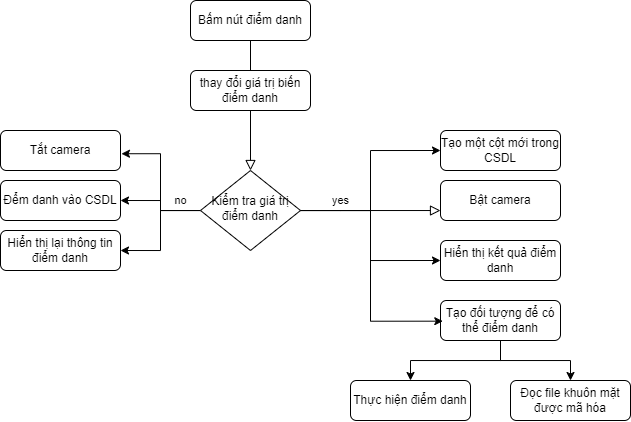
Dong0711/Face_attendance_app keeps this draw.io diagram as sơ đồ thực hiện chức năng điểm danh.png. Above is the earlier version. Source tidied: cells renumbered, new cells last; positions are measured from the earlier drawing's top-left corner, leaving out a move shared by most shapes. Its diagram source:
```xml
<mxGraphModel>
  <root>
    <mxCell id="0" />
    <mxCell id="1" parent="0" />
    <mxCell id="2" style="rounded=0;html=1;jettySize=auto;fontSize=11;endArrow=block;endFill=0;endSize=8;strokeWidth=1;shadow=0;labelBackgroundColor=none;edgeStyle=orthogonalEdgeStyle;" parent="1" edge="1" source="3" target="11">
      <mxGeometry relative="1" as="geometry" />
    </mxCell>
    <mxCell id="3" value="Bấm nút điểm danh" style="rounded=1;whiteSpace=wrap;html=1;fontSize=12;glass=0;strokeWidth=1;shadow=0;" parent="1" vertex="1">
      <mxGeometry x="190" width="120" height="40" as="geometry" />
    </mxCell>
    <mxCell id="4" value="yes" style="edgeStyle=orthogonalEdgeStyle;rounded=0;html=1;jettySize=auto;fontSize=11;endArrow=block;endFill=0;endSize=8;strokeWidth=1;shadow=0;labelBackgroundColor=none;" parent="1" edge="1" source="11" target="12">
      <mxGeometry x="-0.43" y="10" relative="1" as="geometry">
        <Array as="points">
          <mxPoint x="340" y="210" />
          <mxPoint x="340" y="210" />
        </Array>
      </mxGeometry>
    </mxCell>
    <mxCell id="5" style="edgeStyle=orthogonalEdgeStyle;rounded=0;jettySize=auto;html=1;entryX=0;entryY=0.5;entryDx=0;entryDy=0;" parent="1" edge="1" source="11" target="18">
      <mxGeometry relative="1" as="geometry" />
    </mxCell>
    <mxCell id="6" style="edgeStyle=orthogonalEdgeStyle;rounded=0;jettySize=auto;html=1;entryX=0;entryY=0.5;entryDx=0;entryDy=0;" parent="1" edge="1" source="11" target="14">
      <mxGeometry relative="1" as="geometry" />
    </mxCell>
    <mxCell id="7" style="edgeStyle=orthogonalEdgeStyle;rounded=0;jettySize=auto;html=1;entryX=1;entryY=0.5;entryDx=0;entryDy=0;" parent="1" edge="1" source="11" target="20">
      <mxGeometry relative="1" as="geometry" />
    </mxCell>
    <mxCell id="8" style="edgeStyle=orthogonalEdgeStyle;rounded=0;jettySize=auto;html=1;entryX=1;entryY=0.5;entryDx=0;entryDy=0;" parent="1" edge="1" source="11" target="21">
      <mxGeometry relative="1" as="geometry" />
    </mxCell>
    <mxCell id="9" style="edgeStyle=orthogonalEdgeStyle;rounded=0;jettySize=auto;html=1;entryX=1.008;entryY=0.581;entryDx=0;entryDy=0;entryPerimeter=0;" parent="1" edge="1" source="11" target="13">
      <mxGeometry relative="1" as="geometry" />
    </mxCell>
    <mxCell id="10" value="no" style="edgeLabel;html=1;align=center;verticalAlign=middle;" parent="9" vertex="1">
      <mxGeometry x="-0.71" y="-1" relative="1" as="geometry">
        <mxPoint y="-9" as="offset" />
      </mxGeometry>
    </mxCell>
    <mxCell id="11" value="Kiểm tra giá trị điểm danh" style="rhombus;whiteSpace=wrap;html=1;shadow=0;fontFamily=Helvetica;fontSize=12;align=center;strokeWidth=1;spacing=6;spacingTop=-4;" parent="1" vertex="1">
      <mxGeometry x="200" y="170" width="100" height="80" as="geometry" />
    </mxCell>
    <mxCell id="12" value="Bật camera" style="rounded=1;whiteSpace=wrap;html=1;fontSize=12;glass=0;strokeWidth=1;shadow=0;" parent="1" vertex="1">
      <mxGeometry x="440" y="180" width="120" height="40" as="geometry" />
    </mxCell>
    <mxCell id="13" value="Tắt camera" style="rounded=1;whiteSpace=wrap;html=1;fontSize=12;glass=0;strokeWidth=1;shadow=0;" parent="1" vertex="1">
      <mxGeometry y="130" width="120" height="40" as="geometry" />
    </mxCell>
    <mxCell id="14" value="Tạo một cột mới trong CSDL" style="rounded=1;whiteSpace=wrap;html=1;fontSize=12;glass=0;strokeWidth=1;shadow=0;" parent="1" vertex="1">
      <mxGeometry x="440" y="130" width="120" height="40" as="geometry" />
    </mxCell>
    <mxCell id="15" style="edgeStyle=orthogonalEdgeStyle;rounded=0;jettySize=auto;html=1;" parent="1" edge="1" source="17" target="22">
      <mxGeometry relative="1" as="geometry" />
    </mxCell>
    <mxCell id="16" style="edgeStyle=orthogonalEdgeStyle;rounded=0;jettySize=auto;html=1;entryX=0.5;entryY=0;entryDx=0;entryDy=0;" parent="1" edge="1" source="17" target="23">
      <mxGeometry relative="1" as="geometry" />
    </mxCell>
    <mxCell id="17" value="Tạo đối tượng để có thể điểm danh" style="rounded=1;whiteSpace=wrap;html=1;fontSize=12;glass=0;strokeWidth=1;shadow=0;" parent="1" vertex="1">
      <mxGeometry x="440" y="300" width="120" height="40" as="geometry" />
    </mxCell>
    <mxCell id="18" value="Hiển thị kết quả điểm danh" style="rounded=1;whiteSpace=wrap;html=1;fontSize=12;glass=0;strokeWidth=1;shadow=0;" parent="1" vertex="1">
      <mxGeometry x="440" y="240" width="120" height="40" as="geometry" />
    </mxCell>
    <mxCell id="19" style="edgeStyle=orthogonalEdgeStyle;rounded=0;jettySize=auto;html=1;entryX=0.019;entryY=0.517;entryDx=0;entryDy=0;entryPerimeter=0;" parent="1" edge="1" source="11" target="17">
      <mxGeometry relative="1" as="geometry">
        <Array as="points">
          <mxPoint x="370" y="210" />
          <mxPoint x="370" y="321" />
        </Array>
      </mxGeometry>
    </mxCell>
    <mxCell id="20" value="Đểm danh vào CSDL" style="rounded=1;whiteSpace=wrap;html=1;fontSize=12;glass=0;strokeWidth=1;shadow=0;" parent="1" vertex="1">
      <mxGeometry y="180" width="120" height="40" as="geometry" />
    </mxCell>
    <mxCell id="21" value="Hiển thị lại thông tin điểm danh" style="rounded=1;whiteSpace=wrap;html=1;fontSize=12;glass=0;strokeWidth=1;shadow=0;" parent="1" vertex="1">
      <mxGeometry y="230" width="120" height="40" as="geometry" />
    </mxCell>
    <mxCell id="22" value="Đọc file khuôn mặt được mã hóa" style="rounded=1;whiteSpace=wrap;html=1;fontSize=12;glass=0;strokeWidth=1;shadow=0;" parent="1" vertex="1">
      <mxGeometry x="510" y="380" width="120" height="40" as="geometry" />
    </mxCell>
    <mxCell id="23" value="Thực hiện điểm danh" style="rounded=1;whiteSpace=wrap;html=1;fontSize=12;glass=0;strokeWidth=1;shadow=0;" parent="1" vertex="1">
      <mxGeometry x="350" y="380" width="120" height="40" as="geometry" />
    </mxCell>
    <mxCell id="24" value="thay đổi giá trị biến điểm danh" style="rounded=1;whiteSpace=wrap;html=1;fontSize=12;glass=0;strokeWidth=1;shadow=0;" parent="1" vertex="1">
      <mxGeometry x="190" y="70" width="120" height="40" as="geometry" />
    </mxCell>
  </root>
</mxGraphModel>
```
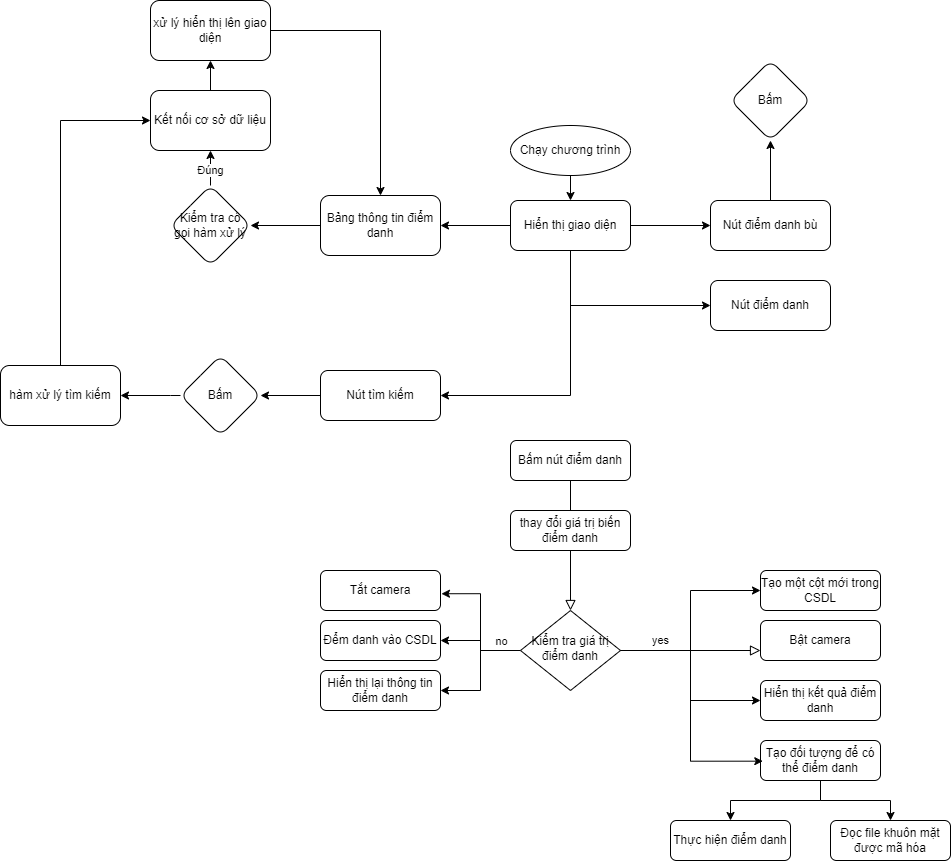
The same file after the commit.

The edit, as a diff of the source:
```diff
@@ -83,5 +83,103 @@
     <mxCell id="24" value="thay đổi giá trị biến điểm danh" style="rounded=1;whiteSpace=wrap;html=1;fontSize=12;glass=0;strokeWidth=1;shadow=0;" parent="1" vertex="1">
       <mxGeometry x="190" y="70" width="120" height="40" as="geometry" />
     </mxCell>
+    <mxCell id="25" style="edgeStyle=orthogonalEdgeStyle;rounded=0;jettySize=auto;html=1;entryX=1;entryY=0.5;entryDx=0;entryDy=0;" parent="1" edge="1" source="29" target="33">
+      <mxGeometry relative="1" as="geometry" />
+    </mxCell>
+    <mxCell id="26" style="edgeStyle=orthogonalEdgeStyle;rounded=0;jettySize=auto;html=1;" parent="1" edge="1" source="29" target="35">
+      <mxGeometry relative="1" as="geometry" />
+    </mxCell>
+    <mxCell id="27" style="edgeStyle=orthogonalEdgeStyle;rounded=0;jettySize=auto;html=1;entryX=1;entryY=0.5;entryDx=0;entryDy=0;" parent="1" edge="1" source="29" target="38">
+      <mxGeometry relative="1" as="geometry">
+        <Array as="points">
+          <mxPoint x="250" y="-45" />
+        </Array>
+      </mxGeometry>
+    </mxCell>
+    <mxCell id="28" style="edgeStyle=orthogonalEdgeStyle;rounded=0;jettySize=auto;html=1;entryX=0;entryY=0.5;entryDx=0;entryDy=0;" parent="1" edge="1" source="29" target="36">
+      <mxGeometry relative="1" as="geometry">
+        <Array as="points">
+          <mxPoint x="250" y="-135" />
+        </Array>
+      </mxGeometry>
+    </mxCell>
+    <mxCell id="29" value="Hiển thị giao diện" style="rounded=1;whiteSpace=wrap;html=1;fontSize=12;glass=0;strokeWidth=1;shadow=0;" parent="1" vertex="1">
+      <mxGeometry x="190" y="-240" width="120" height="50" as="geometry" />
+    </mxCell>
+    <mxCell id="30" style="edgeStyle=orthogonalEdgeStyle;rounded=0;jettySize=auto;html=1;entryX=0.5;entryY=0;entryDx=0;entryDy=0;" parent="1" edge="1" source="31" target="29">
+      <mxGeometry relative="1" as="geometry" />
+    </mxCell>
+    <mxCell id="31" value="Chạy chương trình" style="ellipse;whiteSpace=wrap;html=1;" parent="1" vertex="1">
+      <mxGeometry x="190" y="-315" width="120" height="50" as="geometry" />
+    </mxCell>
+    <mxCell id="32" style="edgeStyle=orthogonalEdgeStyle;rounded=0;jettySize=auto;html=1;" parent="1" edge="1" source="33" target="41">
+      <mxGeometry relative="1" as="geometry" />
+    </mxCell>
+    <mxCell id="33" value="Bảng thông tin điểm danh" style="rounded=1;whiteSpace=wrap;html=1;" parent="1" vertex="1">
+      <mxGeometry y="-245" width="120" height="60" as="geometry" />
+    </mxCell>
+    <mxCell id="34" style="edgeStyle=orthogonalEdgeStyle;rounded=0;jettySize=auto;html=1;entryX=0.5;entryY=1;entryDx=0;entryDy=0;" parent="1" edge="1" source="35" target="50">
+      <mxGeometry relative="1" as="geometry" />
+    </mxCell>
+    <mxCell id="35" value="Nút điểm danh bù" style="rounded=1;whiteSpace=wrap;html=1;fontSize=12;glass=0;strokeWidth=1;shadow=0;" parent="1" vertex="1">
+      <mxGeometry x="390" y="-240" width="120" height="50" as="geometry" />
+    </mxCell>
+    <mxCell id="36" value="Nút điểm danh" style="rounded=1;whiteSpace=wrap;html=1;fontSize=12;glass=0;strokeWidth=1;shadow=0;" parent="1" vertex="1">
+      <mxGeometry x="390" y="-160" width="120" height="50" as="geometry" />
+    </mxCell>
+    <mxCell id="37" style="edgeStyle=orthogonalEdgeStyle;rounded=0;jettySize=auto;html=1;entryX=1;entryY=0.5;entryDx=0;entryDy=0;" parent="1" edge="1" source="38" target="47">
+      <mxGeometry relative="1" as="geometry" />
+    </mxCell>
+    <mxCell id="38" value="Nút tìm kiếm" style="rounded=1;whiteSpace=wrap;html=1;fontSize=12;glass=0;strokeWidth=1;shadow=0;" parent="1" vertex="1">
+      <mxGeometry y="-70" width="120" height="50" as="geometry" />
+    </mxCell>
+    <mxCell id="39" style="edgeStyle=orthogonalEdgeStyle;rounded=0;jettySize=auto;html=1;" parent="1" edge="1" source="41" target="43">
+      <mxGeometry relative="1" as="geometry" />
+    </mxCell>
+    <mxCell id="40" value="Đúng" style="edgeLabel;html=1;align=center;verticalAlign=middle;" parent="39" vertex="1">
+      <mxGeometry x="0.16" y="1" relative="1" as="geometry" />
+    </mxCell>
+    <mxCell id="41" value="Kiểm tra có gọi hàm xử lý" style="rhombus;whiteSpace=wrap;html=1;rounded=1;" parent="1" vertex="1">
+      <mxGeometry x="-150" y="-255" width="80" height="80" as="geometry" />
+    </mxCell>
+    <mxCell id="42" style="edgeStyle=orthogonalEdgeStyle;rounded=0;jettySize=auto;html=1;" parent="1" edge="1" source="43" target="45">
+      <mxGeometry relative="1" as="geometry" />
+    </mxCell>
+    <mxCell id="43" value="Kết nối cơ sở dữ liệu" style="whiteSpace=wrap;html=1;rounded=1;" parent="1" vertex="1">
+      <mxGeometry x="-170" y="-350" width="120" height="60" as="geometry" />
+    </mxCell>
+    <mxCell id="44" style="edgeStyle=orthogonalEdgeStyle;rounded=0;jettySize=auto;html=1;entryX=0.5;entryY=0;entryDx=0;entryDy=0;" parent="1" edge="1" source="45" target="33">
+      <mxGeometry relative="1" as="geometry" />
+    </mxCell>
+    <mxCell id="45" value="xử lý hiển thị lên giao diện" style="whiteSpace=wrap;html=1;rounded=1;" parent="1" vertex="1">
+      <mxGeometry x="-170" y="-440" width="120" height="60" as="geometry" />
+    </mxCell>
+    <mxCell id="46" style="edgeStyle=orthogonalEdgeStyle;rounded=0;jettySize=auto;html=1;exitX=0;exitY=0.5;exitDx=0;exitDy=0;" parent="1" edge="1" source="47" target="49">
+      <mxGeometry relative="1" as="geometry">
+        <Array as="points">
+          <mxPoint x="-150" y="-45" />
+          <mxPoint x="-150" y="-45" />
+        </Array>
+      </mxGeometry>
+    </mxCell>
+    <mxCell id="47" value="Bấm" style="rhombus;whiteSpace=wrap;html=1;rounded=1;glass=0;strokeWidth=1;shadow=0;" parent="1" vertex="1">
+      <mxGeometry x="-140" y="-85" width="80" height="80" as="geometry" />
+    </mxCell>
+    <mxCell id="48" style="edgeStyle=orthogonalEdgeStyle;rounded=0;jettySize=auto;html=1;entryX=0;entryY=0.5;entryDx=0;entryDy=0;" parent="1" edge="1" target="43">
+      <mxGeometry relative="1" as="geometry">
+        <mxPoint x="-290" y="-75" as="sourcePoint" />
+        <Array as="points">
+          <mxPoint x="-290" y="-74" />
+          <mxPoint x="-260" y="-74" />
+          <mxPoint x="-260" y="-320" />
+        </Array>
+      </mxGeometry>
+    </mxCell>
+    <mxCell id="49" value="hàm xử lý tìm kiếm" style="whiteSpace=wrap;html=1;rounded=1;glass=0;strokeWidth=1;shadow=0;" parent="1" vertex="1">
+      <mxGeometry x="-320" y="-75" width="120" height="60" as="geometry" />
+    </mxCell>
+    <mxCell id="50" value="Bấm" style="rhombus;whiteSpace=wrap;html=1;rounded=1;glass=0;strokeWidth=1;shadow=0;" parent="1" vertex="1">
+      <mxGeometry x="410" y="-380" width="80" height="80" as="geometry" />
+    </mxCell>
   </root>
 </mxGraphModel>
```
